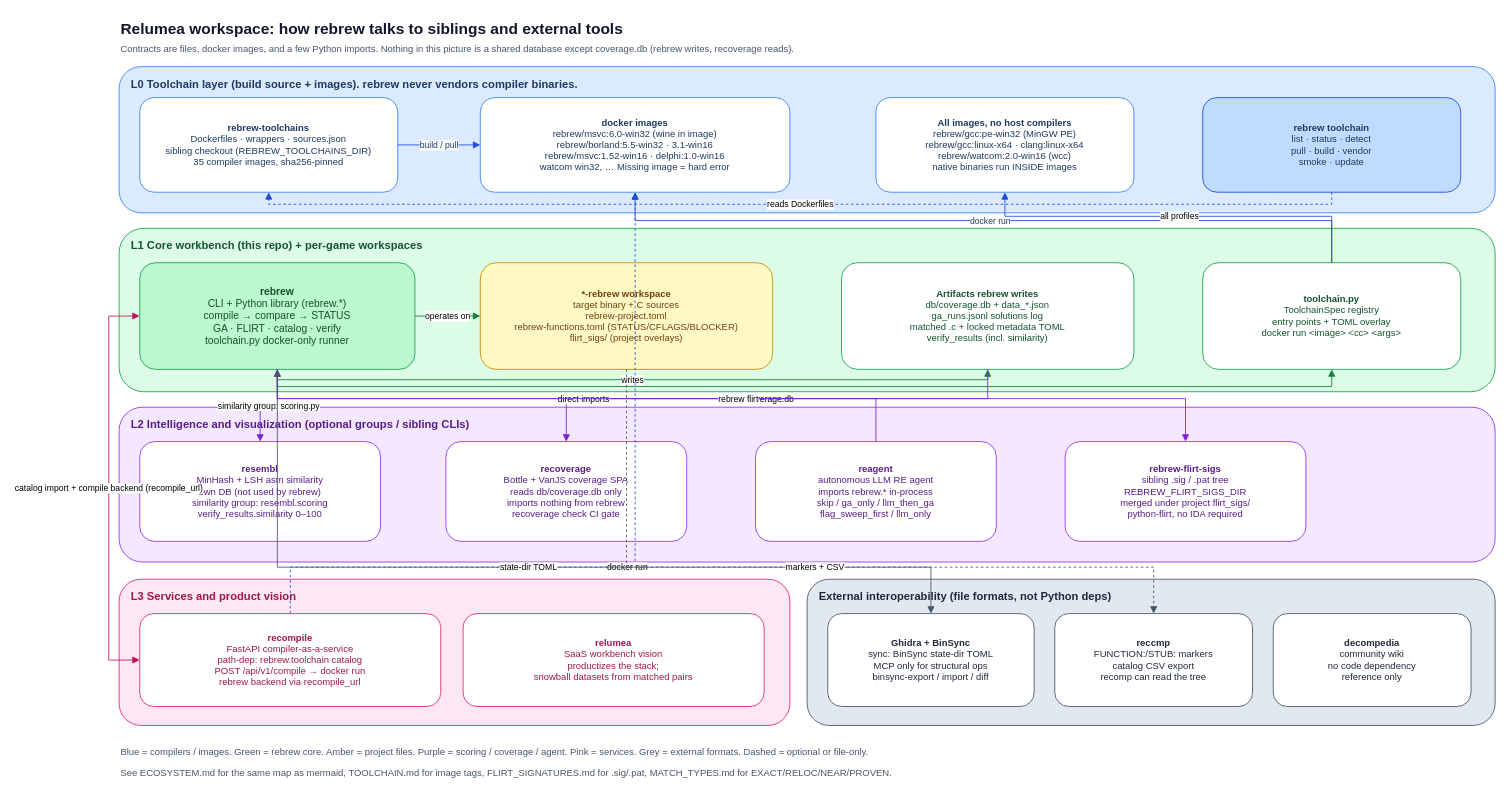
Before: page "1. Ecosystem" (1 of 9) of docs/architecture.drawio in maci0/rebrew, a draw.io diagram. Source tidied: cells renumbered, new cells numbered last; positions are measured from the earlier drawing's top-left corner, leaving out a move shared by most shapes. Both pictures are drawn from the tidied source at 86%, with x=0, y=0 at pixel (108, 15).
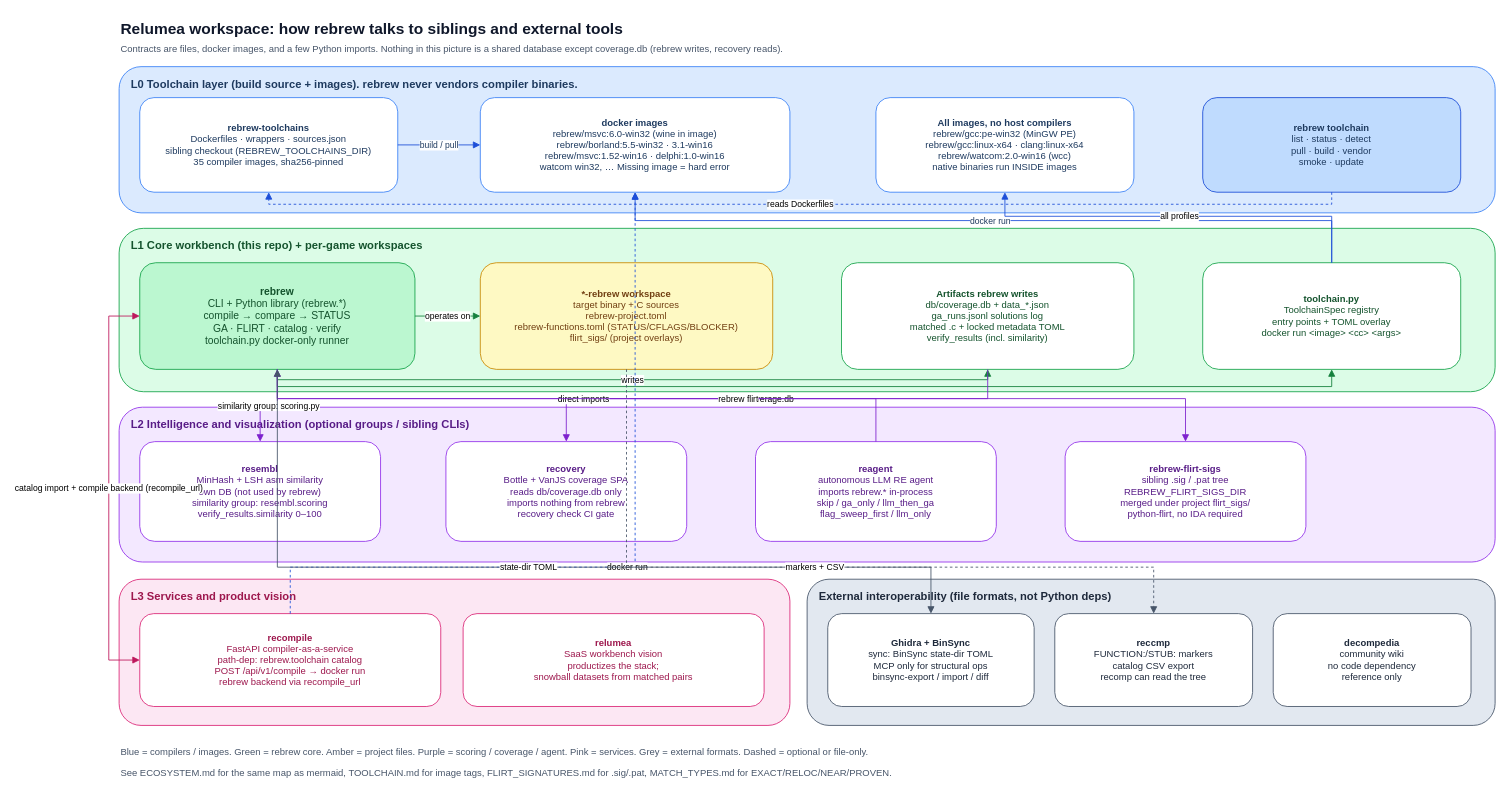
Above is the later version.

What changed in the source:
```diff
@@
-    <mxCell id="3" value="Contracts are files, docker images, and a few Python imports. Nothing in this picture is a shared database except coverage.db (rebrew writes, recoverage reads)." style="text;html=1;strokeColor=none;fillColor=none;align=left;verticalAlign=middle;fontSize=11;fontColor=#475569;" parent="1" vertex="1">
+    <mxCell id="3" value="Contracts are files, docker images, and a few Python imports. Nothing in this picture is a shared database except coverage.db (rebrew writes, recovery reads)." style="text;html=1;strokeColor=none;fillColor=none;align=left;verticalAlign=middle;fontSize=11;fontColor=#475569;" parent="1" vertex="1">
       <mxGeometry x="12" y="28" width="1200" height="24" as="geometry" />
     </mxCell>
@@
-    <mxCell id="23" value="&lt;b&gt;recoverage&lt;/b&gt;&lt;br&gt;Bottle + VanJS coverage SPA&lt;br&gt;reads db/coverage.db only&lt;br&gt;imports nothing from rebrew&lt;br&gt;recoverage check CI gate" style="rounded=1;whiteSpace=wrap;html=1;fillColor=#ffffff;strokeColor=#9333ea;fontColor=#581c87;align=center;fontSize=11;" parent="1" vertex="1">
+    <mxCell id="23" value="&lt;b&gt;recovery&lt;/b&gt;&lt;br&gt;Bottle + VanJS coverage SPA&lt;br&gt;reads db/coverage.db only&lt;br&gt;imports nothing from rebrew&lt;br&gt;recovery check CI gate" style="rounded=1;whiteSpace=wrap;html=1;fillColor=#ffffff;strokeColor=#9333ea;fontColor=#581c87;align=center;fontSize=11;" parent="1" vertex="1">
       <mxGeometry x="392" y="496" width="280" height="116" as="geometry" />
     </mxCell>
```
